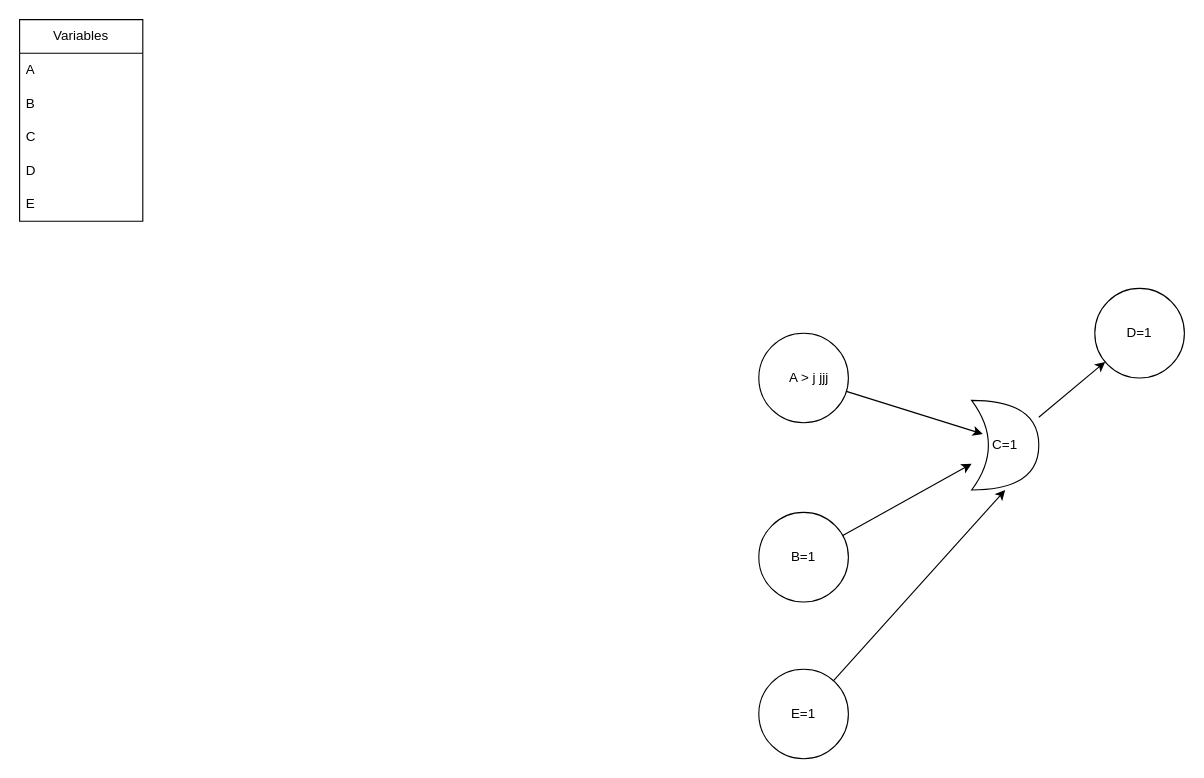
The draw.io diagram page "Test1" (1 of 3) of RuleBasedNetwork/TestRunDia.drawio in dieupatr/RegelNetzwerk, before the edit. Source tidied: cells renumbered, new cells numbered last; positions are measured from the earlier drawing's top-left corner, leaving out a move shared by most shapes. Both pictures are drawn from the tidied source at 112%, with x=0, y=0 at pixel (19, 19).
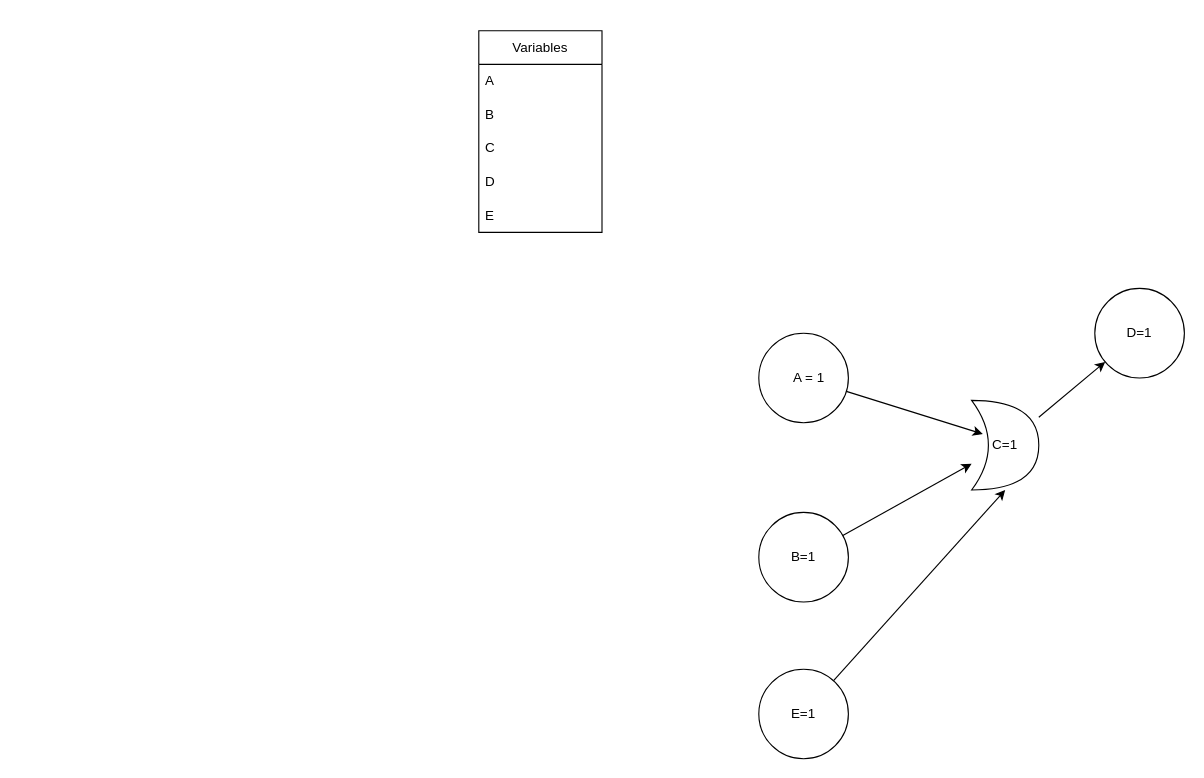
The same diagram, later.

Change to the diagram source:
```diff
@@
 <mxGraphModel>
   <root>
     <mxCell id="0" />
     <mxCell id="1" parent="0" />
     <mxCell id="2" style="edgeStyle=none;rounded=0;jettySize=auto;html=1;entryX=0.167;entryY=0.375;entryDx=0;entryDy=0;entryPerimeter=0;" parent="1" edge="1" source="3" target="10">
       <mxGeometry relative="1" as="geometry" />
     </mxCell>
-    <mxCell id="3" value="&amp;nbsp; &amp;nbsp;A &amp;gt; j jjj" style="ellipse;whiteSpace=wrap;html=1;" parent="1" vertex="1">
+    <mxCell id="3" value="&amp;nbsp; &amp;nbsp;A = 1" style="ellipse;whiteSpace=wrap;html=1;" parent="1" vertex="1">
       <mxGeometry x="660" y="280" width="80" height="80" as="geometry" />
     </mxCell>
     <mxCell id="4" style="edgeStyle=none;rounded=0;jettySize=auto;html=1;" parent="1" edge="1" source="5" target="10">
       <mxGeometry relative="1" as="geometry" />
     </mxCell>
     <mxCell id="5" value="B=1" style="ellipse;whiteSpace=wrap;html=1;" parent="1" vertex="1">
       <mxGeometry x="660" y="440" width="80" height="80" as="geometry" />
     </mxCell>
     <mxCell id="6" value="D=1" style="ellipse;whiteSpace=wrap;html=1;" parent="1" vertex="1">
       <mxGeometry x="960" y="240" width="80" height="80" as="geometry" />
     </mxCell>
     <mxCell id="7" style="edgeStyle=none;rounded=0;jettySize=auto;html=1;entryX=0.5;entryY=1;entryDx=0;entryDy=0;entryPerimeter=0;" parent="1" edge="1" source="8" target="10">
       <mxGeometry relative="1" as="geometry" />
     </mxCell>
     <mxCell id="8" value="E=1" style="ellipse;whiteSpace=wrap;html=1;" parent="1" vertex="1">
       <mxGeometry x="660" y="580" width="80" height="80" as="geometry" />
     </mxCell>
     <mxCell id="9" style="edgeStyle=none;rounded=0;jettySize=auto;html=1;" parent="1" edge="1" source="10" target="6">
       <mxGeometry relative="1" as="geometry" />
     </mxCell>
     <mxCell id="10" value="C=1" style="shape=xor;whiteSpace=wrap;html=1;" parent="1" vertex="1">
       <mxGeometry x="850" y="340" width="60" height="80" as="geometry" />
     </mxCell>
     <mxCell id="11" value="Variables" style="swimlane;fontStyle=0;horizontal=1;startSize=30;whiteSpace=wrap;html=1;" parent="1" vertex="1">
-      <mxGeometry width="110" height="180" as="geometry" />
+      <mxGeometry x="410" y="10" width="110" height="180" as="geometry" />
     </mxCell>
     <mxCell id="12" value="A" style="text;strokeColor=none;fillColor=none;align=left;verticalAlign=middle;spacingLeft=4;spacingRight=4;overflow=hidden;whiteSpace=wrap;html=1;" parent="11" vertex="1">
       <mxGeometry y="30" width="110" height="30" as="geometry" />
     </mxCell>
     <mxCell id="13" value="B" style="text;strokeColor=none;fillColor=none;align=left;verticalAlign=middle;spacingLeft=4;spacingRight=4;overflow=hidden;whiteSpace=wrap;html=1;" parent="11" vertex="1">
       <mxGeometry y="60" width="110" height="30" as="geometry" />
     </mxCell>
     <mxCell id="14" value="C" style="text;strokeColor=none;fillColor=none;align=left;verticalAlign=middle;spacingLeft=4;spacingRight=4;overflow=hidden;whiteSpace=wrap;html=1;" parent="11" vertex="1">
       <mxGeometry y="90" width="110" height="30" as="geometry" />
     </mxCell>
     <mxCell id="15" value="D" style="text;strokeColor=none;fillColor=none;align=left;verticalAlign=middle;spacingLeft=4;spacingRight=4;overflow=hidden;whiteSpace=wrap;html=1;" parent="11" vertex="1">
       <mxGeometry y="120" width="110" height="30" as="geometry" />
     </mxCell>
     <mxCell id="16" value="E" style="text;strokeColor=none;fillColor=none;align=left;verticalAlign=middle;spacingLeft=4;spacingRight=4;overflow=hidden;whiteSpace=wrap;html=1;" parent="11" vertex="1">
       <mxGeometry y="150" width="110" height="30" as="geometry" />
     </mxCell>
   </root>
 </mxGraphModel>
```
